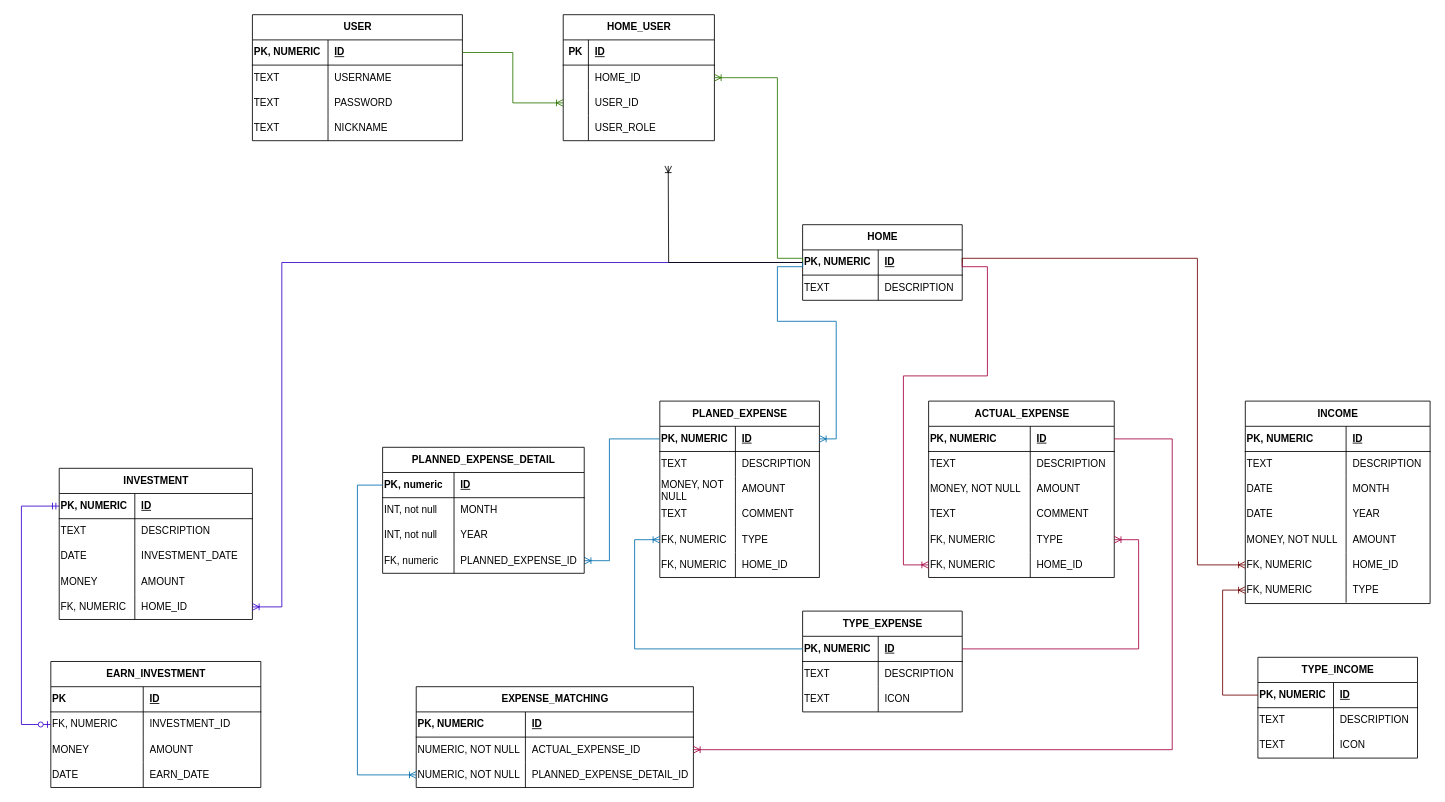
The draw.io diagram Documentation/Backend/Diseño/DBdesign.drawio in MignoDev/FinalProjectLineaIII, before the edit. Source tidied: cells renumbered, new cells numbered last; positions are measured from the earlier drawing's top-left corner, leaving out a move shared by most shapes. Both pictures are drawn from the tidied source at 84%, with x=0, y=0 at pixel (21, 14).
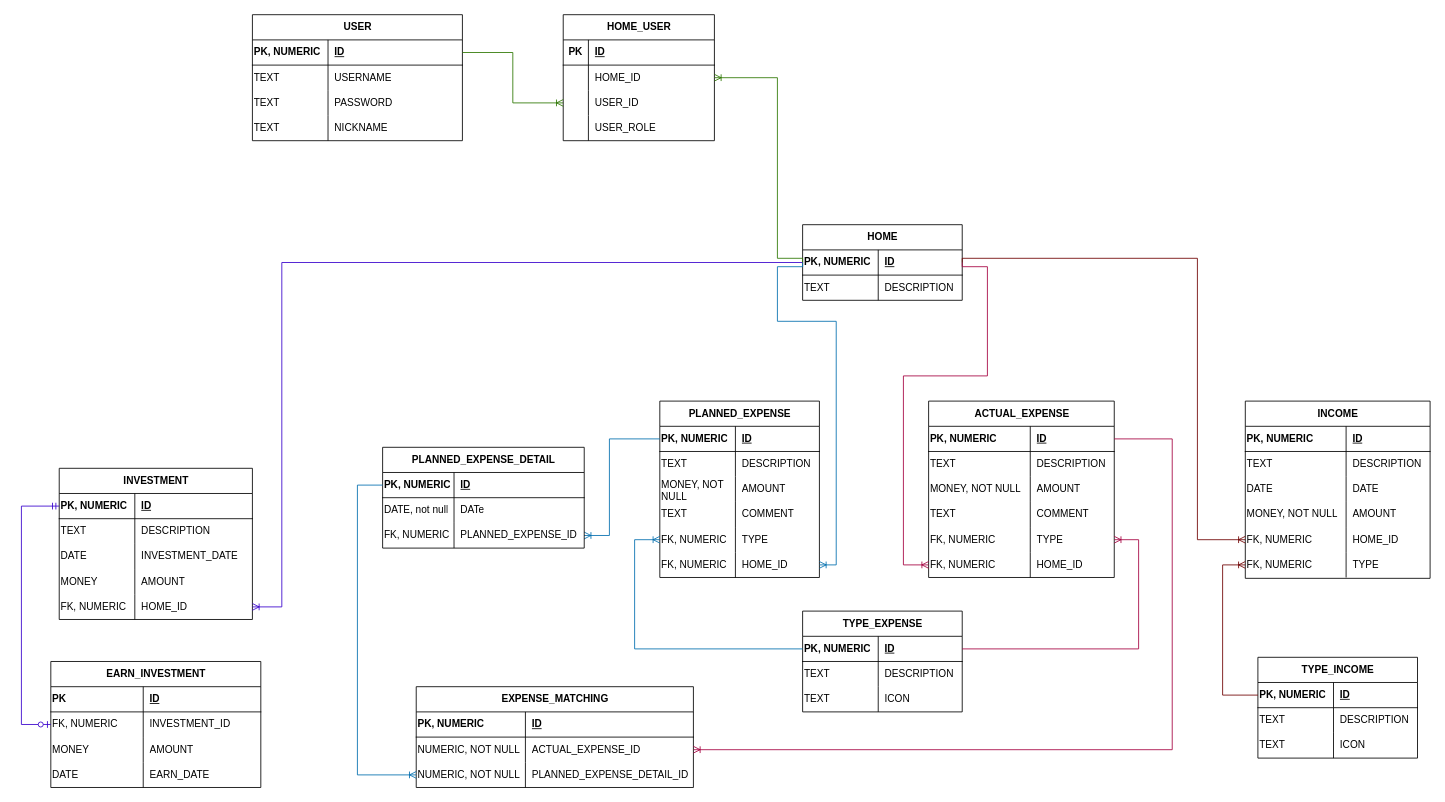
After the change.

The change refers to these unchanged cells:
```xml
<mxCell id="3" style="shape=tableRow;horizontal=0;startSize=0;swimlaneHead=0;swimlaneBody=0;fillColor=none;points=[[0,0.5],[1,0.5]];portConstraint=eastwest;top=0;left=0;right=0;bottom=1;" parent="2" vertex="1">
  <mxGeometry y="30" width="190" height="30" as="geometry" />
</mxCell>
<mxCell id="18" style="shape=tableRow;horizontal=0;startSize=0;swimlaneHead=0;swimlaneBody=0;fillColor=none;points=[[0,0.5],[1,0.5]];portConstraint=eastwest;top=0;left=0;right=0;bottom=0;" parent="2" vertex="1">
  <mxGeometry y="180" width="190" height="30" as="geometry" />
</mxCell>
<mxCell id="57" style="shape=tableRow;horizontal=0;startSize=0;swimlaneHead=0;swimlaneBody=0;fillColor=none;top=0;left=0;right=0;bottom=0;" parent="50" vertex="1">
  <mxGeometry y="90" width="220" height="30" as="geometry" />
</mxCell>
<mxCell id="97" style="shape=tableRow;horizontal=0;startSize=0;swimlaneHead=0;swimlaneBody=0;fillColor=none;points=[[0,0.5],[1,0.5]];portConstraint=eastwest;top=0;left=0;right=0;bottom=1;" parent="96" vertex="1">
  <mxGeometry y="30" width="240" height="30" as="geometry" />
</mxCell>
<mxCell id="100" style="shape=tableRow;horizontal=0;startSize=0;swimlaneHead=0;swimlaneBody=0;fillColor=none;top=0;left=0;right=0;bottom=0;" parent="96" vertex="1">
  <mxGeometry y="60" width="240" height="30" as="geometry" />
</mxCell>
<mxCell id="142" style="shape=tableRow;horizontal=0;startSize=0;swimlaneHead=0;swimlaneBody=0;fillColor=none;points=[[0,0.5],[1,0.5]];portConstraint=eastwest;top=0;left=0;right=0;bottom=1;" parent="141" vertex="1">
  <mxGeometry y="30" width="190" height="30" as="geometry" />
</mxCell>
```

What changed in the source:
```diff
@@
-    <mxCell id="2" value="PLANED_EXPENSE" style="shape=table;startSize=30;childLayout=tableLayout;rowLines=0;fontStyle=1;align=center;html=1;" parent="1" vertex="1">
+    <mxCell id="2" value="PLANNED_EXPENSE" style="shape=table;startSize=30;childLayout=tableLayout;rowLines=0;fontStyle=1;align=center;html=1;" parent="1" vertex="1">
       <mxGeometry x="760" y="460" width="190" height="210" as="geometry" />
     </mxCell>
@@
     <mxCell id="50" value="INCOME" style="shape=table;startSize=30;childLayout=tableLayout;rowLines=0;fontStyle=1;align=center;html=1;" parent="1" vertex="1">
-      <mxGeometry x="1457" y="460" width="220" height="241" as="geometry" />
+      <mxGeometry x="1457" y="460" width="220" height="211" as="geometry" />
     </mxCell>
@@
-    <mxCell id="59" value="MONTH" style="shape=partialRectangle;fillColor=none;top=0;left=0;bottom=0;right=0;align=left;spacingLeft=6;overflow=hidden;whiteSpace=wrap;html=1;" parent="57" vertex="1">
+    <mxCell id="59" value="DATE" style="shape=partialRectangle;fillColor=none;top=0;left=0;bottom=0;right=0;align=left;spacingLeft=6;overflow=hidden;whiteSpace=wrap;html=1;" parent="57" vertex="1">
       <mxGeometry x="120" width="100" height="30" as="geometry" />
     </mxCell>
-    <mxCell id="60" style="shape=tableRow;horizontal=0;startSize=0;swimlaneHead=0;swimlaneBody=0;fillColor=none;top=0;left=0;right=0;bottom=0;" parent="50" vertex="1">
-      <mxGeometry y="120" width="220" height="30" as="geometry" />
-    </mxCell>
-    <mxCell id="61" value="DATE" style="shape=partialRectangle;fillColor=none;top=0;left=0;bottom=0;right=0;overflow=hidden;whiteSpace=wrap;html=1;align=left;" parent="60" vertex="1">
-      <mxGeometry width="120" height="30" as="geometry" />
-    </mxCell>
-    <mxCell id="62" value="YEAR" style="shape=partialRectangle;fillColor=none;top=0;left=0;bottom=0;right=0;align=left;spacingLeft=6;overflow=hidden;whiteSpace=wrap;html=1;" parent="60" vertex="1">
-      <mxGeometry x="120" width="100" height="30" as="geometry" />
-    </mxCell>
     <mxCell id="63" style="shape=tableRow;horizontal=0;startSize=0;swimlaneHead=0;swimlaneBody=0;fillColor=none;top=0;left=0;right=0;bottom=0;" parent="50" vertex="1">
-      <mxGeometry y="150" width="220" height="30" as="geometry" />
+      <mxGeometry y="120" width="220" height="30" as="geometry" />
     </mxCell>
@@
     <mxCell id="66" style="shape=tableRow;horizontal=0;startSize=0;swimlaneHead=0;swimlaneBody=0;fillColor=none;points=[[0,0.5],[1,0.5]];portConstraint=eastwest;top=0;left=0;right=0;bottom=0;" parent="50" vertex="1">
-      <mxGeometry y="180" width="220" height="30" as="geometry" />
+      <mxGeometry y="150" width="220" height="30" as="geometry" />
     </mxCell>
@@
     <mxCell id="69" style="shape=tableRow;horizontal=0;startSize=0;swimlaneHead=0;swimlaneBody=0;fillColor=none;points=[[0,0.5],[1,0.5]];portConstraint=eastwest;top=0;left=0;right=0;bottom=0;" parent="50" vertex="1">
-      <mxGeometry y="210" width="220" height="30" as="geometry" />
+      <mxGeometry y="180" width="220" height="30" as="geometry" />
     </mxCell>
@@
     <mxCell id="85" style="edgeStyle=orthogonalEdgeStyle;fontSize=12;html=1;endArrow=ERoneToMany;rounded=0;exitX=0;exitY=0.5;exitDx=0;exitDy=0;entryX=1;entryY=0.5;entryDx=0;entryDy=0;fillColor=#1ba1e2;strokeColor=#006EAF;" parent="1" edge="1" source="3" target="106">
       <mxGeometry relative="1" as="geometry">
         <Array as="points">
           <mxPoint x="700" y="505" />
-          <mxPoint x="700" y="650" />
+          <mxPoint x="700" y="620" />
         </Array>
       </mxGeometry>
     </mxCell>
@@
     <mxCell id="96" value="PLANNED_EXPENSE_DETAIL" style="shape=table;startSize=30;childLayout=tableLayout;rowLines=0;fontStyle=1;align=center;html=1;" parent="1" vertex="1">
-      <mxGeometry x="430" y="515" width="240" height="150" as="geometry" />
+      <mxGeometry x="430" y="515" width="240" height="120" as="geometry" />
     </mxCell>
@@
-    <mxCell id="98" value="PK, numeric" style="shape=partialRectangle;fillColor=none;top=0;left=0;bottom=0;right=0;fontStyle=1;overflow=hidden;whiteSpace=wrap;html=1;align=left;" parent="97" vertex="1">
+    <mxCell id="98" value="PK, NUMERIC" style="shape=partialRectangle;fillColor=none;top=0;left=0;bottom=0;right=0;fontStyle=1;overflow=hidden;whiteSpace=wrap;html=1;align=left;" parent="97" vertex="1">
       <mxGeometry width="85" height="30" as="geometry" />
     </mxCell>
@@
-    <mxCell id="101" value="INT, not null" style="shape=partialRectangle;fillColor=none;top=0;left=0;bottom=0;right=0;overflow=hidden;whiteSpace=wrap;html=1;align=left;" parent="100" vertex="1">
+    <mxCell id="101" value="DATE, not null" style="shape=partialRectangle;fillColor=none;top=0;left=0;bottom=0;right=0;overflow=hidden;whiteSpace=wrap;html=1;align=left;" parent="100" vertex="1">
       <mxGeometry width="85" height="30" as="geometry" />
     </mxCell>
-    <mxCell id="102" value="MONTH" style="shape=partialRectangle;fillColor=none;top=0;left=0;bottom=0;right=0;align=left;spacingLeft=6;overflow=hidden;whiteSpace=wrap;html=1;" parent="100" vertex="1">
+    <mxCell id="102" value="DATe" style="shape=partialRectangle;fillColor=none;top=0;left=0;bottom=0;right=0;align=left;spacingLeft=6;overflow=hidden;whiteSpace=wrap;html=1;" parent="100" vertex="1">
       <mxGeometry x="85" width="155" height="30" as="geometry" />
     </mxCell>
-    <mxCell id="103" style="shape=tableRow;horizontal=0;startSize=0;swimlaneHead=0;swimlaneBody=0;fillColor=none;top=0;left=0;right=0;bottom=0;" parent="96" vertex="1">
-      <mxGeometry y="90" width="240" height="30" as="geometry" />
-    </mxCell>
-    <mxCell id="104" value="INT, not null" style="shape=partialRectangle;fillColor=none;top=0;left=0;bottom=0;right=0;overflow=hidden;whiteSpace=wrap;html=1;align=left;" parent="103" vertex="1">
-      <mxGeometry width="85" height="30" as="geometry" />
-    </mxCell>
-    <mxCell id="105" value="YEAR" style="shape=partialRectangle;fillColor=none;top=0;left=0;bottom=0;right=0;align=left;spacingLeft=6;overflow=hidden;whiteSpace=wrap;html=1;" parent="103" vertex="1">
-      <mxGeometry x="85" width="155" height="30" as="geometry" />
-    </mxCell>
     <mxCell id="106" style="shape=tableRow;horizontal=0;startSize=0;swimlaneHead=0;swimlaneBody=0;fillColor=none;points=[[0,0.5],[1,0.5]];portConstraint=eastwest;top=0;left=0;right=0;bottom=0;" parent="96" vertex="1">
-      <mxGeometry y="120" width="240" height="30" as="geometry" />
+      <mxGeometry y="90" width="240" height="30" as="geometry" />
     </mxCell>
-    <mxCell id="107" value="FK, numeric" style="shape=partialRectangle;fillColor=none;top=0;left=0;bottom=0;right=0;overflow=hidden;whiteSpace=wrap;html=1;align=left;" parent="106" vertex="1">
+    <mxCell id="107" value="FK, NUMERIC" style="shape=partialRectangle;fillColor=none;top=0;left=0;bottom=0;right=0;overflow=hidden;whiteSpace=wrap;html=1;align=left;" parent="106" vertex="1">
       <mxGeometry width="85" height="30" as="geometry" />
     </mxCell>
@@
-    <mxCell id="149" style="edgeStyle=orthogonalEdgeStyle;fontSize=12;html=1;endArrow=ERoneToMany;rounded=0;entryX=1;entryY=0.5;entryDx=0;entryDy=0;exitX=0;exitY=0.5;exitDx=0;exitDy=0;fillColor=#1ba1e2;strokeColor=#006EAF;" parent="1" edge="1" source="142" target="3">
+    <mxCell id="149" style="edgeStyle=orthogonalEdgeStyle;fontSize=12;html=1;endArrow=ERoneToMany;rounded=0;entryX=1;entryY=0.5;entryDx=0;entryDy=0;exitX=0;exitY=0.5;exitDx=0;exitDy=0;fillColor=#1ba1e2;strokeColor=#006EAF;" parent="1" edge="1" source="142" target="18">
       <mxGeometry relative="1" as="geometry">
         <Array as="points">
           <mxPoint x="930" y="300" />
           <mxPoint x="900" y="300" />
           <mxPoint x="900" y="365" />
           <mxPoint x="970" y="365" />
-          <mxPoint x="970" y="505" />
+          <mxPoint x="970" y="655" />
         </Array>
       </mxGeometry>
     </mxCell>
@@
     <mxCell id="151" style="edgeStyle=orthogonalEdgeStyle;fontSize=12;html=1;endArrow=ERoneToMany;rounded=0;entryX=0;entryY=0.5;entryDx=0;entryDy=0;exitX=1;exitY=0.5;exitDx=0;exitDy=0;fillColor=#a20025;strokeColor=#6F0000;" parent="1" edge="1" source="142" target="66">
       <mxGeometry relative="1" as="geometry">
         <Array as="points">
           <mxPoint x="1120" y="290" />
           <mxPoint x="1400" y="290" />
-          <mxPoint x="1400" y="655" />
+          <mxPoint x="1400" y="625" />
         </Array>
       </mxGeometry>
     </mxCell>
@@
-    <mxCell id="165" style="edgeStyle=orthogonalEdgeStyle;fontSize=12;html=1;endArrow=ERoneToMany;rounded=0;entryX=1;entryY=0.5;entryDx=0;entryDy=0;exitX=0;exitY=0.5;exitDx=0;exitDy=0;" parent="1" edge="1" source="142">
-      <mxGeometry relative="1" as="geometry">
-        <mxPoint x="770" y="180" as="targetPoint" />
-      </mxGeometry>
-    </mxCell>
```
